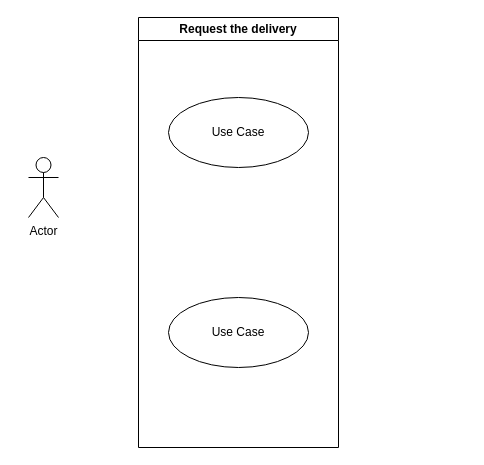
This is diagrams.drawio from thermoNuke1/The-blueprint--SOEN-343, a draw.io file, before an edit. Source tidied: cells renumbered, new cells numbered last; positions are measured from the earlier drawing's top-left corner, leaving out a move shared by most shapes. Both pictures are drawn from the tidied source at 100%, with x=0, y=0 at pixel (28, 17).
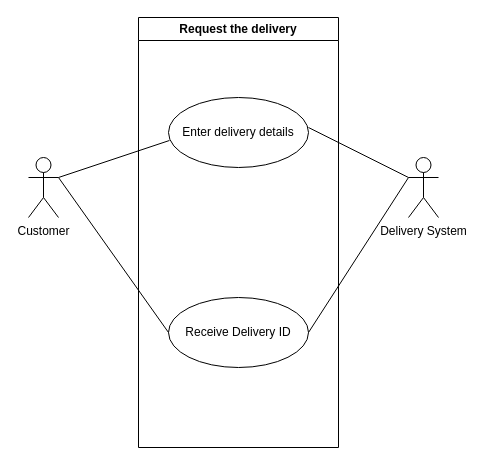
The same page after the edit.

What changed in the source:
```diff
@@
 <mxGraphModel>
   <root>
     <mxCell id="0" />
     <mxCell id="1" parent="0" />
     <mxCell id="2" value="Request the delivery" style="swimlane;whiteSpace=wrap;html=1;" parent="1" vertex="1">
       <mxGeometry x="110" width="200" height="430" as="geometry" />
     </mxCell>
-    <mxCell id="3" value="Use Case" style="ellipse;whiteSpace=wrap;html=1;" parent="2" vertex="1">
+    <mxCell id="3" value="Enter delivery details" style="ellipse;whiteSpace=wrap;html=1;" parent="2" vertex="1">
       <mxGeometry x="30" y="80" width="140" height="70" as="geometry" />
     </mxCell>
-    <mxCell id="4" value="Use Case" style="ellipse;whiteSpace=wrap;html=1;" parent="2" vertex="1">
+    <mxCell id="4" value="Receive Delivery ID" style="ellipse;whiteSpace=wrap;html=1;" parent="2" vertex="1">
       <mxGeometry x="30" y="280" width="140" height="70" as="geometry" />
     </mxCell>
+    <mxCell id="6" style="endArrow=none;html=1;rounded=0;exitX=1;exitY=0.3333333333333333;exitDx=0;exitDy=0;exitPerimeter=0;" parent="2" edge="1">
+      <mxGeometry relative="1" as="geometry">
+        <mxPoint x="170" y="110" as="sourcePoint" />
+        <mxPoint x="270" y="160" as="targetPoint" />
+      </mxGeometry>
+    </mxCell>
-    <mxCell id="5" value="Actor" style="shape=umlActor;verticalLabelPosition=bottom;verticalAlign=top;html=1;outlineConnect=0;" parent="1" vertex="1">
+    <mxCell id="5" value="Customer" style="shape=umlActor;verticalLabelPosition=bottom;verticalAlign=top;html=1;outlineConnect=0;" parent="1" vertex="1">
       <mxGeometry y="140" width="30" height="60" as="geometry" />
     </mxCell>
+    <mxCell id="7" value="Delivery System" style="shape=umlActor;verticalLabelPosition=bottom;verticalAlign=top;html=1;" parent="1" vertex="1">
+      <mxGeometry x="380" y="140" width="30" height="60" as="geometry" />
+    </mxCell>
+    <mxCell id="8" style="endArrow=none;html=1;rounded=0;entryX=0.007;entryY=0.614;entryDx=0;entryDy=0;entryPerimeter=0;" parent="1" edge="1" target="3">
+      <mxGeometry relative="1" as="geometry">
+        <mxPoint x="30" y="160" as="sourcePoint" />
+      </mxGeometry>
+    </mxCell>
+    <mxCell id="9" style="endArrow=none;html=1;rounded=0;entryX=0;entryY=0.5;entryDx=0;entryDy=0;exitX=1;exitY=0.3333333333333333;exitDx=0;exitDy=0;exitPerimeter=0;" parent="1" edge="1" source="5" target="4">
+      <mxGeometry relative="1" as="geometry" />
+    </mxCell>
+    <mxCell id="10" style="endArrow=none;html=1;rounded=0;exitX=1;exitY=0.5;exitDx=0;exitDy=0;" parent="1" edge="1" source="4">
+      <mxGeometry relative="1" as="geometry">
+        <mxPoint x="380" y="160" as="targetPoint" />
+      </mxGeometry>
+    </mxCell>
   </root>
 </mxGraphModel>
```
